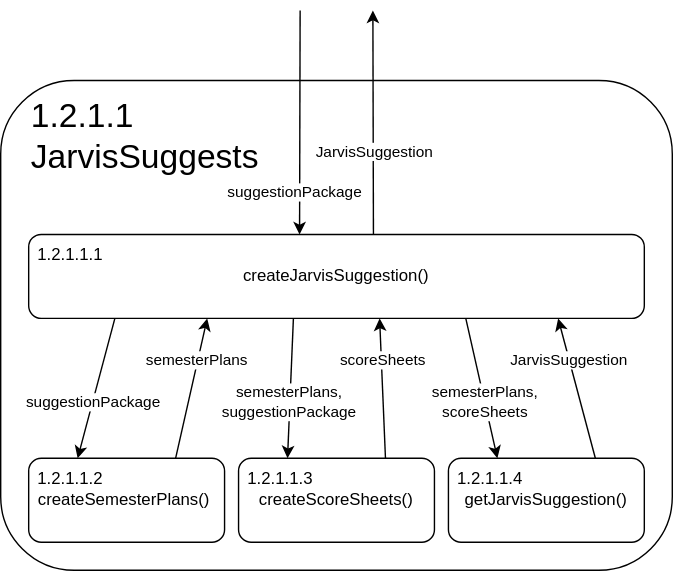
Above: Logic/TeamTwoFiles/JarvisSuggestsStructureChart.svg in MckennahPalmer/CSE430 (draw.io), before the change. Source tidied: cells renumbered, new cells last; positions are measured from the earlier drawing's top-left corner, leaving out a move shared by most shapes.
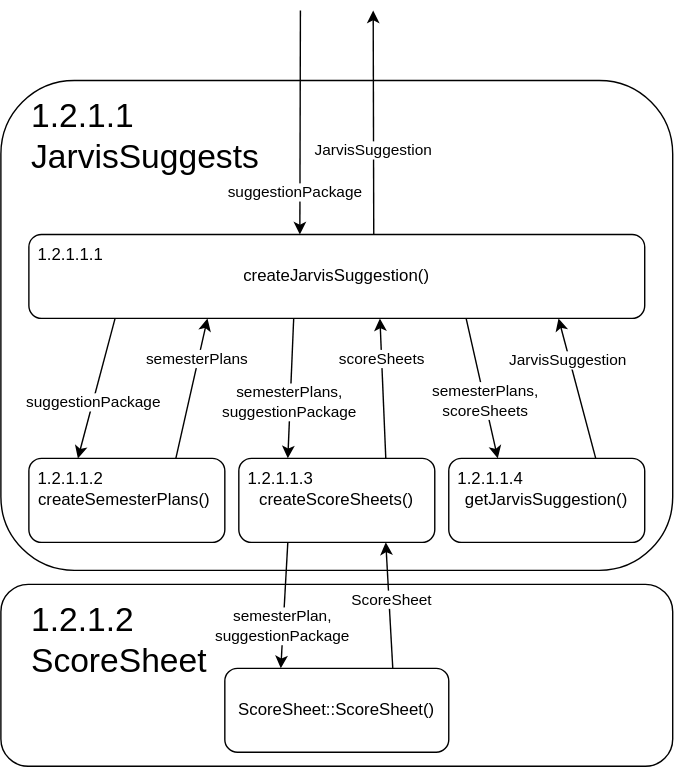
The same file after the commit.

Commit message:
Added context to 1.2.1.1 diagram.

The edit, as a diff of the source:
```diff
@@ -88,5 +88,30 @@
     <mxCell id="27" value="1.2.1.1.4" style="text;html=1;align=center;verticalAlign=middle;whiteSpace=wrap;rounded=0;" parent="1" vertex="1">
       <mxGeometry x="320" y="320" width="60" height="30" as="geometry" />
     </mxCell>
+    <mxCell id="28" style="rounded=1;whiteSpace=wrap;html=1;fillColor=none;" parent="1" vertex="1">
+      <mxGeometry y="410" width="480" height="130" as="geometry" />
+    </mxCell>
+    <mxCell id="29" value="1.2.1.2&lt;br&gt;ScoreSheet" style="text;html=1;align=left;verticalAlign=middle;whiteSpace=wrap;rounded=0;fontSize=24;" parent="1" vertex="1">
+      <mxGeometry x="20" y="410" width="190" height="80" as="geometry" />
+    </mxCell>
+    <mxCell id="30" value="ScoreSheet::ScoreSheet()" style="rounded=1;whiteSpace=wrap;html=1;" parent="1" vertex="1">
+      <mxGeometry x="160" y="470" width="160" height="60" as="geometry" />
+    </mxCell>
+    <mxCell id="31" style="endArrow=classic;html=1;rounded=0;exitX=0.25;exitY=1;exitDx=0;exitDy=0;entryX=0.25;entryY=0;entryDx=0;entryDy=0;" parent="1" edge="1" source="6" target="30">
+      <mxGeometry relative="1" as="geometry" />
+    </mxCell>
+    <mxCell id="32" value="semesterPlan,&lt;br style=&quot;border-color: var(--border-color);&quot;&gt;suggestionPackage" style="edgeLabel;html=1;align=center;verticalAlign=middle;" parent="31" vertex="1">
+      <mxGeometry x="0.09" y="-2" relative="1" as="geometry">
+        <mxPoint y="11" as="offset" />
+      </mxGeometry>
+    </mxCell>
+    <mxCell id="33" style="endArrow=classic;html=1;rounded=0;exitX=0.75;exitY=0;exitDx=0;exitDy=0;entryX=0.75;entryY=1;entryDx=0;entryDy=0;" parent="1" edge="1" source="30" target="6">
+      <mxGeometry relative="1" as="geometry" />
+    </mxCell>
+    <mxCell id="34" value="ScoreSheet" style="edgeLabel;html=1;align=center;verticalAlign=middle;" parent="33" vertex="1">
+      <mxGeometry x="-0.1" y="-1" relative="1" as="geometry">
+        <mxPoint y="-9" as="offset" />
+      </mxGeometry>
+    </mxCell>
   </root>
 </mxGraphModel>
```
